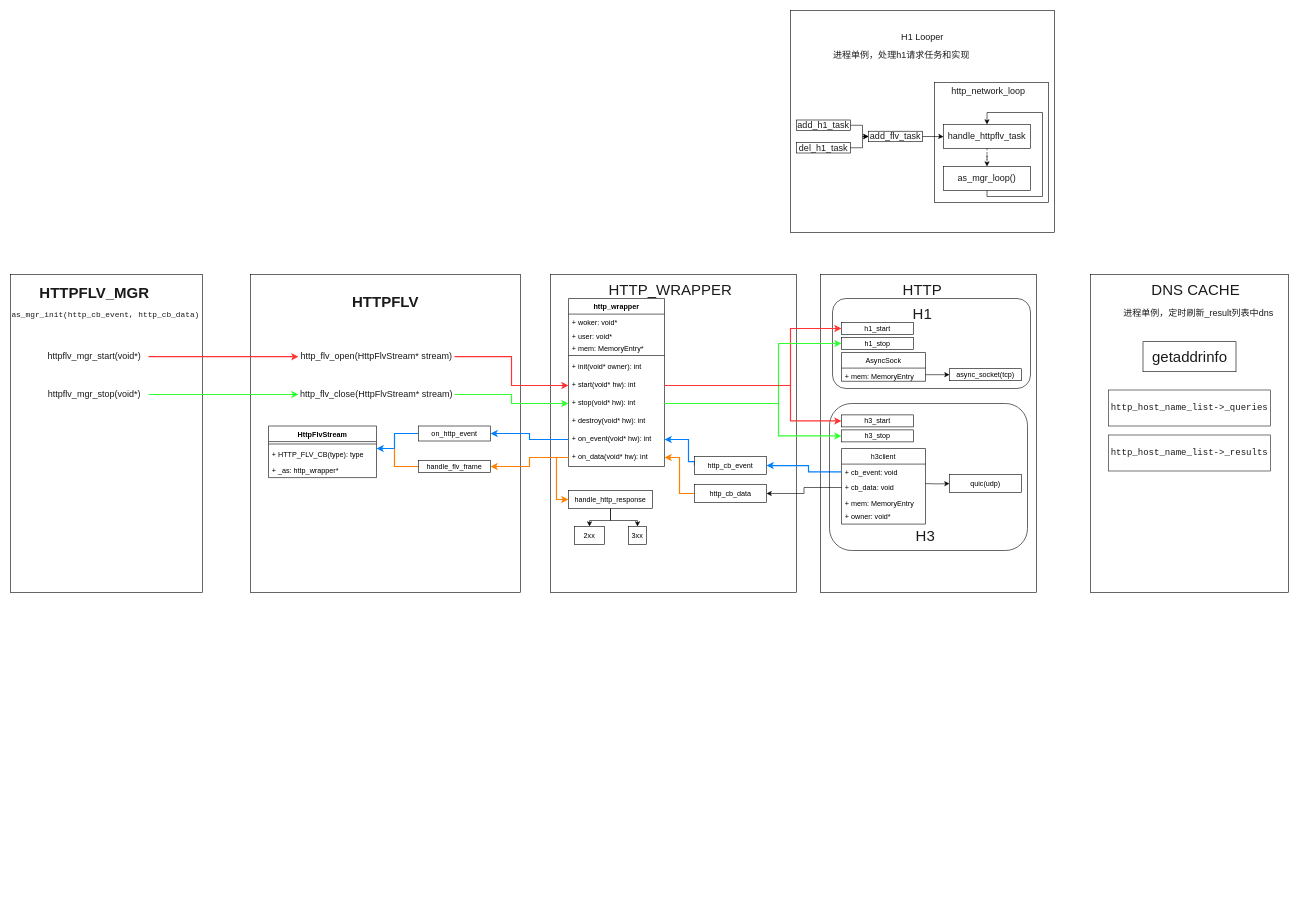
Before: HttpFlv.drawio in junseno0/algo, a draw.io diagram. Source tidied: cells renumbered, new cells numbered last; positions are measured from the earlier drawing's top-left corner, leaving out a move shared by most shapes. Both pictures are drawn from the tidied source at 60%, with x=0, y=0 at pixel (10, 10).
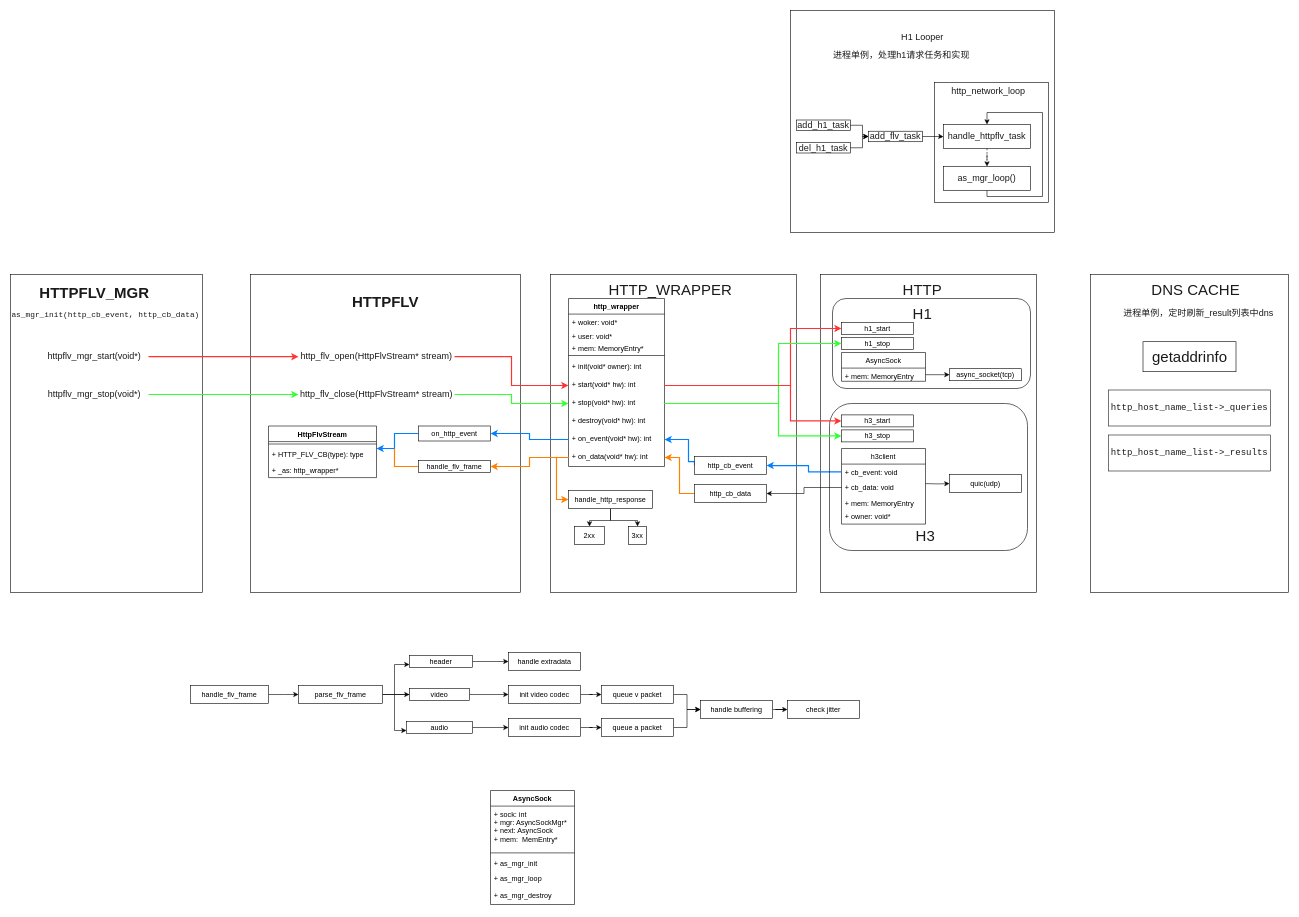
After the change.

Diff of the diagram source:
```diff
@@
+    <mxCell id="96" style="edgeStyle=orthogonalEdgeStyle;rounded=0;jettySize=auto;html=1;exitX=0;exitY=0.5;exitDx=0;exitDy=0;entryX=0;entryY=0.75;entryDx=0;entryDy=0;" parent="1" edge="1" source="105" target="103">
+      <mxGeometry relative="1" as="geometry">
+        <Array as="points">
+          <mxPoint x="640" y="1140" />
+          <mxPoint x="640" y="1090" />
+        </Array>
+      </mxGeometry>
+    </mxCell>
+    <mxCell id="97" style="edgeStyle=orthogonalEdgeStyle;rounded=0;jettySize=auto;html=1;exitX=1;exitY=0.5;exitDx=0;exitDy=0;entryX=0;entryY=0.75;entryDx=0;entryDy=0;" parent="1" edge="1" source="99" target="107">
+      <mxGeometry relative="1" as="geometry" />
+    </mxCell>
+    <mxCell id="98" style="edgeStyle=orthogonalEdgeStyle;rounded=0;jettySize=auto;html=1;" parent="1" edge="1" source="99" target="105">
+      <mxGeometry relative="1" as="geometry" />
+    </mxCell>
+    <mxCell id="99" value="&lt;div&gt;parse_flv_frame&lt;/div&gt;" style="rounded=0;whiteSpace=wrap;html=1;" parent="1" vertex="1">
+      <mxGeometry x="480" y="1125" width="140" height="30" as="geometry" />
+    </mxCell>
+    <mxCell id="100" style="edgeStyle=orthogonalEdgeStyle;rounded=0;jettySize=auto;html=1;" parent="1" edge="1" source="101">
+      <mxGeometry relative="1" as="geometry">
+        <mxPoint x="480" y="1140" as="targetPoint" />
+      </mxGeometry>
+    </mxCell>
+    <mxCell id="101" value="handle_flv_frame" style="rounded=0;whiteSpace=wrap;html=1;" parent="1" vertex="1">
+      <mxGeometry x="300" y="1125" width="130" height="30" as="geometry" />
+    </mxCell>
+    <mxCell id="102" style="edgeStyle=orthogonalEdgeStyle;rounded=0;jettySize=auto;html=1;" parent="1" edge="1" source="103" target="108">
+      <mxGeometry relative="1" as="geometry" />
+    </mxCell>
+    <mxCell id="103" value="&lt;div&gt;header&lt;/div&gt;" style="rounded=0;whiteSpace=wrap;html=1;" parent="1" vertex="1">
+      <mxGeometry x="665" y="1075" width="105" height="20" as="geometry" />
+    </mxCell>
+    <mxCell id="104" style="edgeStyle=orthogonalEdgeStyle;rounded=0;jettySize=auto;html=1;" parent="1" edge="1" source="105" target="110">
+      <mxGeometry relative="1" as="geometry" />
+    </mxCell>
+    <mxCell id="105" value="&lt;div&gt;video&lt;/div&gt;" style="rounded=0;whiteSpace=wrap;html=1;" parent="1" vertex="1">
+      <mxGeometry x="665" y="1130" width="100" height="20" as="geometry" />
+    </mxCell>
+    <mxCell id="106" style="edgeStyle=orthogonalEdgeStyle;rounded=0;jettySize=auto;html=1;" parent="1" edge="1" source="107" target="112">
+      <mxGeometry relative="1" as="geometry" />
+    </mxCell>
+    <mxCell id="107" value="&lt;div&gt;audio&lt;/div&gt;" style="rounded=0;whiteSpace=wrap;html=1;" parent="1" vertex="1">
+      <mxGeometry x="660" y="1185" width="110" height="20" as="geometry" />
+    </mxCell>
+    <mxCell id="108" value="handle extradata" style="rounded=0;whiteSpace=wrap;html=1;" parent="1" vertex="1">
+      <mxGeometry x="830" y="1070" width="120" height="30" as="geometry" />
+    </mxCell>
+    <mxCell id="109" style="edgeStyle=orthogonalEdgeStyle;rounded=0;jettySize=auto;html=1;" parent="1" edge="1" source="110" target="114">
+      <mxGeometry relative="1" as="geometry" />
+    </mxCell>
+    <mxCell id="110" value="init video codec" style="rounded=0;whiteSpace=wrap;html=1;" parent="1" vertex="1">
+      <mxGeometry x="830" y="1125" width="120" height="30" as="geometry" />
+    </mxCell>
+    <mxCell id="111" style="edgeStyle=orthogonalEdgeStyle;rounded=0;jettySize=auto;html=1;" parent="1" edge="1" source="112" target="116">
+      <mxGeometry relative="1" as="geometry" />
+    </mxCell>
+    <mxCell id="112" value="&lt;div&gt;init audio codec&lt;/div&gt;" style="rounded=0;whiteSpace=wrap;html=1;" parent="1" vertex="1">
+      <mxGeometry x="830" y="1180" width="120" height="30" as="geometry" />
+    </mxCell>
+    <mxCell id="113" style="edgeStyle=orthogonalEdgeStyle;rounded=0;jettySize=auto;html=1;" parent="1" edge="1" source="114" target="118">
+      <mxGeometry relative="1" as="geometry" />
+    </mxCell>
+    <mxCell id="114" value="queue v packet" style="rounded=0;whiteSpace=wrap;html=1;" parent="1" vertex="1">
+      <mxGeometry x="985" y="1125" width="120" height="30" as="geometry" />
+    </mxCell>
+    <mxCell id="115" style="edgeStyle=orthogonalEdgeStyle;rounded=0;jettySize=auto;html=1;" parent="1" edge="1" source="116" target="118">
+      <mxGeometry relative="1" as="geometry" />
+    </mxCell>
+    <mxCell id="116" value="queue a packet" style="rounded=0;whiteSpace=wrap;html=1;" parent="1" vertex="1">
+      <mxGeometry x="985" y="1180" width="120" height="30" as="geometry" />
+    </mxCell>
+    <mxCell id="117" style="edgeStyle=orthogonalEdgeStyle;rounded=0;jettySize=auto;html=1;" parent="1" edge="1" source="118" target="119">
+      <mxGeometry relative="1" as="geometry" />
+    </mxCell>
+    <mxCell id="118" value="&lt;div&gt;handle buffering&lt;/div&gt;" style="rounded=0;whiteSpace=wrap;html=1;" parent="1" vertex="1">
+      <mxGeometry x="1150" y="1150" width="120" height="30" as="geometry" />
+    </mxCell>
+    <mxCell id="119" value="&lt;div&gt;check jitter&lt;/div&gt;" style="rounded=0;whiteSpace=wrap;html=1;" parent="1" vertex="1">
+      <mxGeometry x="1295" y="1150" width="120" height="30" as="geometry" />
+    </mxCell>
+    <mxCell id="120" value="AsyncSock" style="swimlane;fontStyle=1;align=center;verticalAlign=top;horizontal=1;startSize=26;labelBackgroundColor=#FFFFFF;" parent="1" vertex="1">
+      <mxGeometry x="800" y="1300" width="140" height="190" as="geometry" />
+    </mxCell>
+    <mxCell id="121" value="+ sock: int&#10;+ mgr: AsyncSockMgr*&#10;+ next: AsyncSock&#10;+ mem:  MemEntry*&#10; &#10;" style="text;strokeColor=none;fillColor=none;align=left;verticalAlign=top;spacingLeft=4;spacingRight=4;overflow=hidden;labelBackgroundColor=#FFFFFF;" parent="120" vertex="1">
+      <mxGeometry y="26" width="140" height="74" as="geometry" />
+    </mxCell>
+    <mxCell id="122" style="line;strokeWidth=1;fillColor=none;align=left;verticalAlign=middle;spacingTop=-1;spacingLeft=3;spacingRight=3;labelPosition=right;strokeColor=inherit;labelBackgroundColor=#FFFFFF;" parent="120" vertex="1">
+      <mxGeometry y="100" width="140" height="8" as="geometry" />
+    </mxCell>
+    <mxCell id="123" value="+ as_mgr_init" style="text;strokeColor=none;fillColor=none;align=left;verticalAlign=top;spacingLeft=4;spacingRight=4;overflow=hidden;labelBackgroundColor=#FFFFFF;" parent="120" vertex="1">
+      <mxGeometry y="108" width="140" height="26" as="geometry" />
+    </mxCell>
+    <mxCell id="124" value="+ as_mgr_loop" style="text;strokeColor=none;fillColor=none;align=left;verticalAlign=top;spacingLeft=4;spacingRight=4;overflow=hidden;labelBackgroundColor=#FFFFFF;" parent="120" vertex="1">
+      <mxGeometry y="134" width="140" height="28" as="geometry" />
+    </mxCell>
+    <mxCell id="125" value="+ as_mgr_destroy" style="text;strokeColor=none;fillColor=none;align=left;verticalAlign=top;spacingLeft=4;spacingRight=4;overflow=hidden;labelBackgroundColor=#FFFFFF;" parent="120" vertex="1">
+      <mxGeometry y="162" width="140" height="28" as="geometry" />
+    </mxCell>
```
